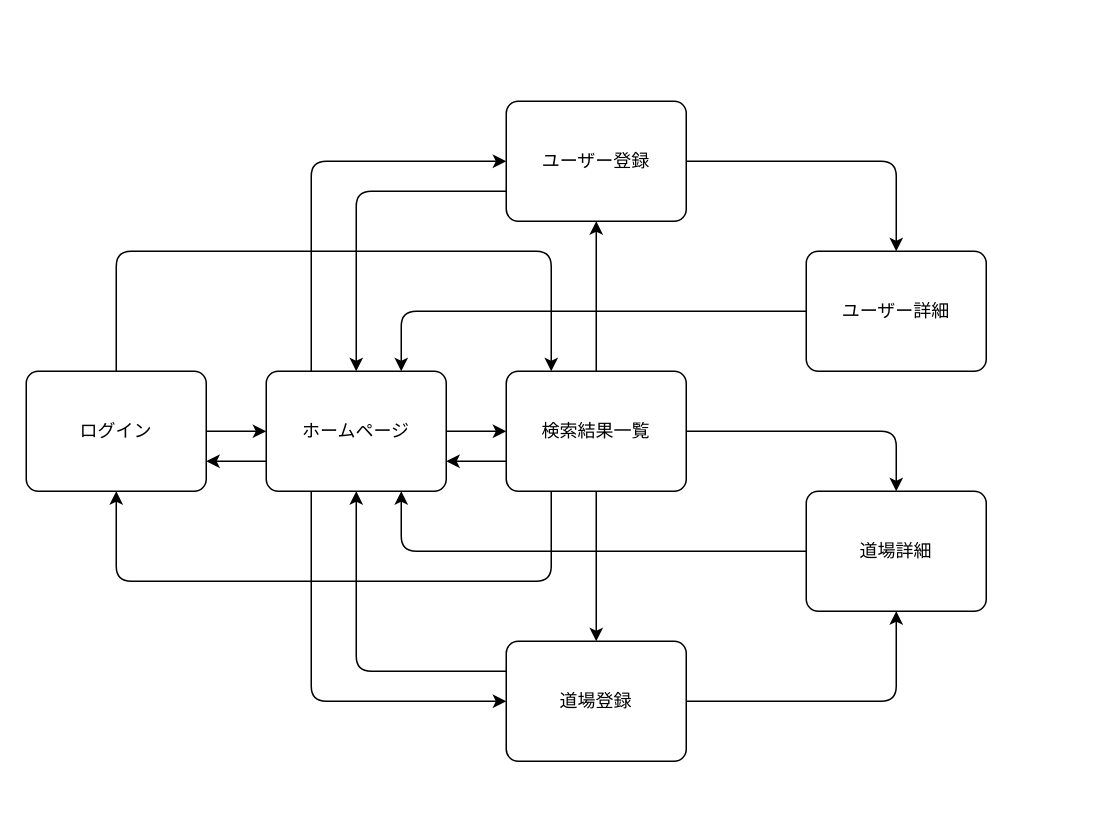
This is kyudo.dio from rosicky7th/kyudojou-app, a draw.io file, before an edit. Source tidied: cells renumbered, new cells numbered last; positions are measured from the earlier drawing's top-left corner, leaving out a move shared by most shapes. Both pictures are drawn from the tidied source at 150%, with x=0, y=0 at pixel (26, 100).
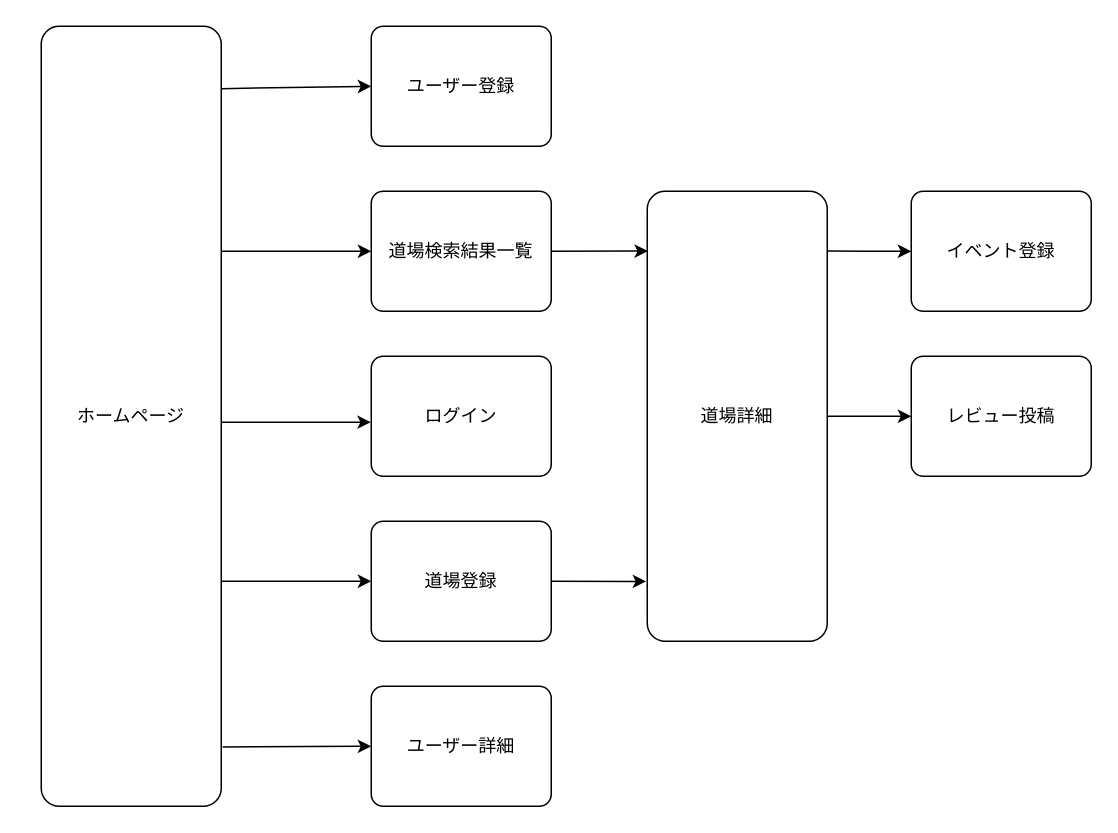
The same page after the edit.

Commit message:
画面遷移図の作成

What changed in the source:
```diff
@@
-    <mxCell id="2" style="edgeStyle=none;html=1;exitX=1;exitY=0.5;exitDx=0;exitDy=0;entryX=0;entryY=0.5;entryDx=0;entryDy=0;" parent="1" edge="1" source="6" target="12">
-      <mxGeometry relative="1" as="geometry" />
-    </mxCell>
+    <mxCell id="26" style="edgeStyle=none;html=1;entryX=0;entryY=0.5;entryDx=0;entryDy=0;" parent="1" edge="1" target="12">
+      <mxGeometry relative="1" as="geometry">
+        <mxPoint x="130" y="100" as="sourcePoint" />
+      </mxGeometry>
+    </mxCell>
+    <mxCell id="27" style="edgeStyle=none;html=1;entryX=-0.002;entryY=0.549;entryDx=0;entryDy=0;entryPerimeter=0;" parent="1" edge="1" target="25">
+      <mxGeometry relative="1" as="geometry">
+        <mxPoint x="130" y="214" as="sourcePoint" />
+      </mxGeometry>
+    </mxCell>
-    <mxCell id="3" style="edgeStyle=none;html=1;exitX=0.25;exitY=0;exitDx=0;exitDy=0;entryX=0;entryY=0.5;entryDx=0;entryDy=0;" parent="1" edge="1" source="6" target="15">
-      <mxGeometry relative="1" as="geometry">
-        <Array as="points">
-          <mxPoint x="190" y="40" />
-        </Array>
-      </mxGeometry>
+    <mxCell id="3" style="edgeStyle=none;html=1;exitX=0.998;exitY=0.08;exitDx=0;exitDy=0;entryX=0;entryY=0.5;entryDx=0;entryDy=0;exitPerimeter=0;" parent="1" edge="1" source="6" target="15">
+      <mxGeometry relative="1" as="geometry" />
     </mxCell>
-    <mxCell id="4" style="edgeStyle=none;html=1;exitX=0.25;exitY=1;exitDx=0;exitDy=0;entryX=0;entryY=0.5;entryDx=0;entryDy=0;" parent="1" edge="1" source="6" target="20">
-      <mxGeometry relative="1" as="geometry">
-        <Array as="points">
-          <mxPoint x="190" y="400" />
-        </Array>
-      </mxGeometry>
-    </mxCell>
-    <mxCell id="5" style="edgeStyle=none;html=1;exitX=0;exitY=0.75;exitDx=0;exitDy=0;entryX=1;entryY=0.75;entryDx=0;entryDy=0;" parent="1" edge="1" source="6" target="25">
-      <mxGeometry relative="1" as="geometry" />
-    </mxCell>
+    <mxCell id="28" style="edgeStyle=none;html=1;entryX=0;entryY=0.5;entryDx=0;entryDy=0;" parent="1" edge="1" target="20">
+      <mxGeometry relative="1" as="geometry">
+        <mxPoint x="130" y="320" as="sourcePoint" />
+      </mxGeometry>
+    </mxCell>
+    <mxCell id="29" style="edgeStyle=none;html=1;exitX=1.008;exitY=0.924;exitDx=0;exitDy=0;entryX=0;entryY=0.5;entryDx=0;entryDy=0;exitPerimeter=0;" parent="1" edge="1" source="6" target="17">
+      <mxGeometry relative="1" as="geometry" />
+    </mxCell>
     <mxCell id="6" value="ホームページ" style="rounded=1;arcSize=10;whiteSpace=wrap;html=1;align=center;" parent="1" vertex="1">
-      <mxGeometry x="160" y="180" width="120" height="80" as="geometry" />
+      <mxGeometry x="10" y="-50" width="120" height="520" as="geometry" />
     </mxCell>
-    <mxCell id="7" style="edgeStyle=none;html=1;exitX=1;exitY=0.5;exitDx=0;exitDy=0;entryX=0.5;entryY=0;entryDx=0;entryDy=0;" parent="1" edge="1" source="12" target="22">
-      <mxGeometry relative="1" as="geometry">
-        <Array as="points">
-          <mxPoint x="580" y="220" />
-        </Array>
-      </mxGeometry>
+    <mxCell id="7" style="edgeStyle=none;html=1;exitX=1;exitY=0.5;exitDx=0;exitDy=0;entryX=0.004;entryY=0.133;entryDx=0;entryDy=0;entryPerimeter=0;" parent="1" edge="1" source="12" target="22">
+      <mxGeometry relative="1" as="geometry" />
     </mxCell>
-    <mxCell id="8" style="edgeStyle=none;html=1;exitX=0;exitY=0.75;exitDx=0;exitDy=0;entryX=1;entryY=0.75;entryDx=0;entryDy=0;" parent="1" edge="1" source="12" target="6">
-      <mxGeometry relative="1" as="geometry" />
-    </mxCell>
-    <mxCell id="9" style="edgeStyle=none;html=1;exitX=0.5;exitY=1;exitDx=0;exitDy=0;entryX=0.5;entryY=0;entryDx=0;entryDy=0;" parent="1" edge="1" source="12" target="20">
-      <mxGeometry relative="1" as="geometry" />
-    </mxCell>
-    <mxCell id="10" style="edgeStyle=none;html=1;exitX=0.5;exitY=0;exitDx=0;exitDy=0;entryX=0.5;entryY=1;entryDx=0;entryDy=0;" parent="1" edge="1" source="12" target="15">
-      <mxGeometry relative="1" as="geometry" />
-    </mxCell>
-    <mxCell id="11" style="edgeStyle=none;html=1;exitX=0.25;exitY=1;exitDx=0;exitDy=0;entryX=0.5;entryY=1;entryDx=0;entryDy=0;" parent="1" edge="1" source="12" target="25">
-      <mxGeometry relative="1" as="geometry">
-        <Array as="points">
-          <mxPoint x="350" y="320" />
-          <mxPoint x="60" y="320" />
-        </Array>
-      </mxGeometry>
-    </mxCell>
-    <mxCell id="12" value="検索結果一覧" style="rounded=1;arcSize=10;whiteSpace=wrap;html=1;align=center;" parent="1" vertex="1">
-      <mxGeometry x="320" y="180" width="120" height="80" as="geometry" />
+    <mxCell id="12" value="道場検索結果一覧" style="rounded=1;arcSize=10;whiteSpace=wrap;html=1;align=center;" parent="1" vertex="1">
+      <mxGeometry x="230" y="60" width="120" height="80" as="geometry" />
     </mxCell>
-    <mxCell id="13" style="edgeStyle=none;html=1;exitX=1;exitY=0.5;exitDx=0;exitDy=0;entryX=0.5;entryY=0;entryDx=0;entryDy=0;" parent="1" edge="1" source="15" target="17">
-      <mxGeometry relative="1" as="geometry">
-        <Array as="points">
-          <mxPoint x="580" y="40" />
-        </Array>
-      </mxGeometry>
-    </mxCell>
-    <mxCell id="14" style="edgeStyle=none;html=1;exitX=0;exitY=0.75;exitDx=0;exitDy=0;entryX=0.5;entryY=0;entryDx=0;entryDy=0;" parent="1" edge="1" source="15" target="6">
-      <mxGeometry relative="1" as="geometry">
-        <Array as="points">
-          <mxPoint x="220" y="60" />
-        </Array>
-      </mxGeometry>
-    </mxCell>
-    <mxCell id="15" value="ユーザー登録" style="rounded=1;arcSize=10;whiteSpace=wrap;html=1;align=center;" parent="1" vertex="1">
-      <mxGeometry x="320" width="120" height="80" as="geometry" />
-    </mxCell>
-    <mxCell id="16" style="edgeStyle=none;html=1;exitX=0;exitY=0.5;exitDx=0;exitDy=0;entryX=0.75;entryY=0;entryDx=0;entryDy=0;" parent="1" edge="1" source="17" target="6">
-      <mxGeometry relative="1" as="geometry">
-        <Array as="points">
-          <mxPoint x="250" y="140" />
-        </Array>
-      </mxGeometry>
-    </mxCell>
     <mxCell id="17" value="ユーザー詳細" style="rounded=1;arcSize=10;whiteSpace=wrap;html=1;align=center;" parent="1" vertex="1">
-      <mxGeometry x="520" y="100" width="120" height="80" as="geometry" />
+      <mxGeometry x="230" y="390" width="120" height="80" as="geometry" />
     </mxCell>
-    <mxCell id="18" style="edgeStyle=none;html=1;exitX=1;exitY=0.5;exitDx=0;exitDy=0;entryX=0.5;entryY=1;entryDx=0;entryDy=0;" parent="1" edge="1" source="20" target="22">
-      <mxGeometry relative="1" as="geometry">
-        <Array as="points">
-          <mxPoint x="580" y="400" />
-        </Array>
-      </mxGeometry>
+    <mxCell id="18" style="edgeStyle=none;html=1;exitX=1;exitY=0.5;exitDx=0;exitDy=0;entryX=-0.006;entryY=0.867;entryDx=0;entryDy=0;entryPerimeter=0;" parent="1" edge="1" source="20" target="22">
+      <mxGeometry relative="1" as="geometry" />
     </mxCell>
-    <mxCell id="19" style="edgeStyle=none;html=1;exitX=0;exitY=0.25;exitDx=0;exitDy=0;entryX=0.5;entryY=1;entryDx=0;entryDy=0;" parent="1" edge="1" source="20" target="6">
-      <mxGeometry relative="1" as="geometry">
-        <Array as="points">
-          <mxPoint x="220" y="380" />
-        </Array>
-      </mxGeometry>
-    </mxCell>
     <mxCell id="20" value="道場登録" style="rounded=1;arcSize=10;whiteSpace=wrap;html=1;align=center;" parent="1" vertex="1">
-      <mxGeometry x="320" y="360" width="120" height="80" as="geometry" />
+      <mxGeometry x="230" y="280" width="120" height="80" as="geometry" />
     </mxCell>
-    <mxCell id="21" style="edgeStyle=none;html=1;exitX=0;exitY=0.5;exitDx=0;exitDy=0;entryX=0.75;entryY=1;entryDx=0;entryDy=0;" parent="1" edge="1" source="22" target="6">
-      <mxGeometry relative="1" as="geometry">
-        <Array as="points">
-          <mxPoint x="250" y="300" />
-        </Array>
-      </mxGeometry>
-    </mxCell>
+    <mxCell id="30" style="edgeStyle=none;html=1;entryX=0;entryY=0.5;entryDx=0;entryDy=0;exitX=0.994;exitY=0.133;exitDx=0;exitDy=0;exitPerimeter=0;" parent="1" edge="1" source="22" target="32">
+      <mxGeometry relative="1" as="geometry">
+        <Array as="points">
+          <mxPoint x="570" y="100" />
+        </Array>
+      </mxGeometry>
+    </mxCell>
+    <mxCell id="31" style="edgeStyle=none;html=1;exitX=1;exitY=0.5;exitDx=0;exitDy=0;entryX=0;entryY=0.5;entryDx=0;entryDy=0;" parent="1" edge="1" source="22" target="33">
+      <mxGeometry relative="1" as="geometry" />
+    </mxCell>
     <mxCell id="22" value="道場詳細" style="rounded=1;arcSize=10;whiteSpace=wrap;html=1;align=center;" parent="1" vertex="1">
-      <mxGeometry x="520" y="260" width="120" height="80" as="geometry" />
+      <mxGeometry x="414" y="60" width="120" height="300" as="geometry" />
     </mxCell>
-    <mxCell id="23" style="edgeStyle=none;html=1;exitX=1;exitY=0.5;exitDx=0;exitDy=0;entryX=0;entryY=0.5;entryDx=0;entryDy=0;" parent="1" edge="1" source="25" target="6">
-      <mxGeometry relative="1" as="geometry" />
-    </mxCell>
-    <mxCell id="24" style="edgeStyle=none;html=1;exitX=0.5;exitY=0;exitDx=0;exitDy=0;entryX=0.25;entryY=0;entryDx=0;entryDy=0;" parent="1" edge="1" source="25" target="12">
-      <mxGeometry relative="1" as="geometry">
-        <Array as="points">
-          <mxPoint x="60" y="100" />
-          <mxPoint x="350" y="100" />
-        </Array>
-      </mxGeometry>
-    </mxCell>
     <mxCell id="25" value="ログイン" style="rounded=1;arcSize=10;whiteSpace=wrap;html=1;align=center;" parent="1" vertex="1">
-      <mxGeometry y="180" width="120" height="80" as="geometry" />
+      <mxGeometry x="230" y="170" width="120" height="80" as="geometry" />
     </mxCell>
+    <mxCell id="15" value="ユーザー登録" style="rounded=1;arcSize=10;whiteSpace=wrap;html=1;align=center;" parent="1" vertex="1">
+      <mxGeometry x="230" y="-50" width="120" height="80" as="geometry" />
+    </mxCell>
+    <mxCell id="32" value="イベント登録" style="rounded=1;arcSize=10;whiteSpace=wrap;html=1;align=center;" parent="1" vertex="1">
+      <mxGeometry x="590" y="60" width="120" height="80" as="geometry" />
+    </mxCell>
+    <mxCell id="33" value="レビュー投稿" style="rounded=1;arcSize=10;whiteSpace=wrap;html=1;align=center;" parent="1" vertex="1">
+      <mxGeometry x="590" y="170" width="120" height="80" as="geometry" />
+    </mxCell>
```
